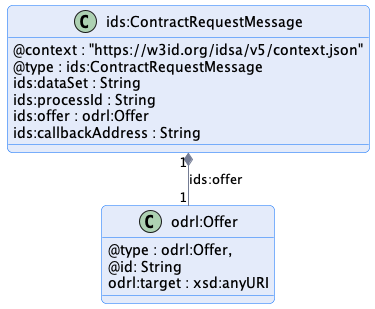
Before: negotiation/message/diagram/contract-request-message.png, a diagram exported from PlantUML (International-Data-Spaces-Association/ids-specification).
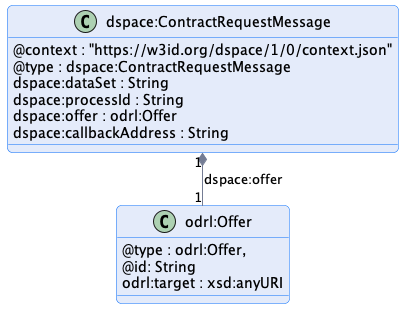
After the change.

Change to the diagram source:
```diff
@@ -6,13 +6,13 @@
 hide empty description
 
 
-class "ids:ContractRequestMessage" {
-    @context : "https://w3id.org/idsa/v5/context.json"
-    @type : ids:ContractRequestMessage
-    ids:dataSet : String
-    ids:processId : String
-    ids:offer : odrl:Offer
-    ids:callbackAddress : String
+class "dspace:ContractRequestMessage" {
+    @context : "https://w3id.org/dspace/1/0/context.json"
+    @type : dspace:ContractRequestMessage
+    dspace:dataSet : String
+    dspace:processId : String
+    dspace:offer : odrl:Offer
+    dspace:callbackAddress : String
 }
 
 class odrl:Offer {
@@ -21,6 +21,6 @@
     odrl:target : xsd:anyURI
 }
 
-"ids:ContractRequestMessage" "1" *-- "1" "odrl:Offer" : "ids:offer"
+"dspace:ContractRequestMessage" "1" *-- "1" "odrl:Offer" : "dspace:offer"
 
 @enduml
```
